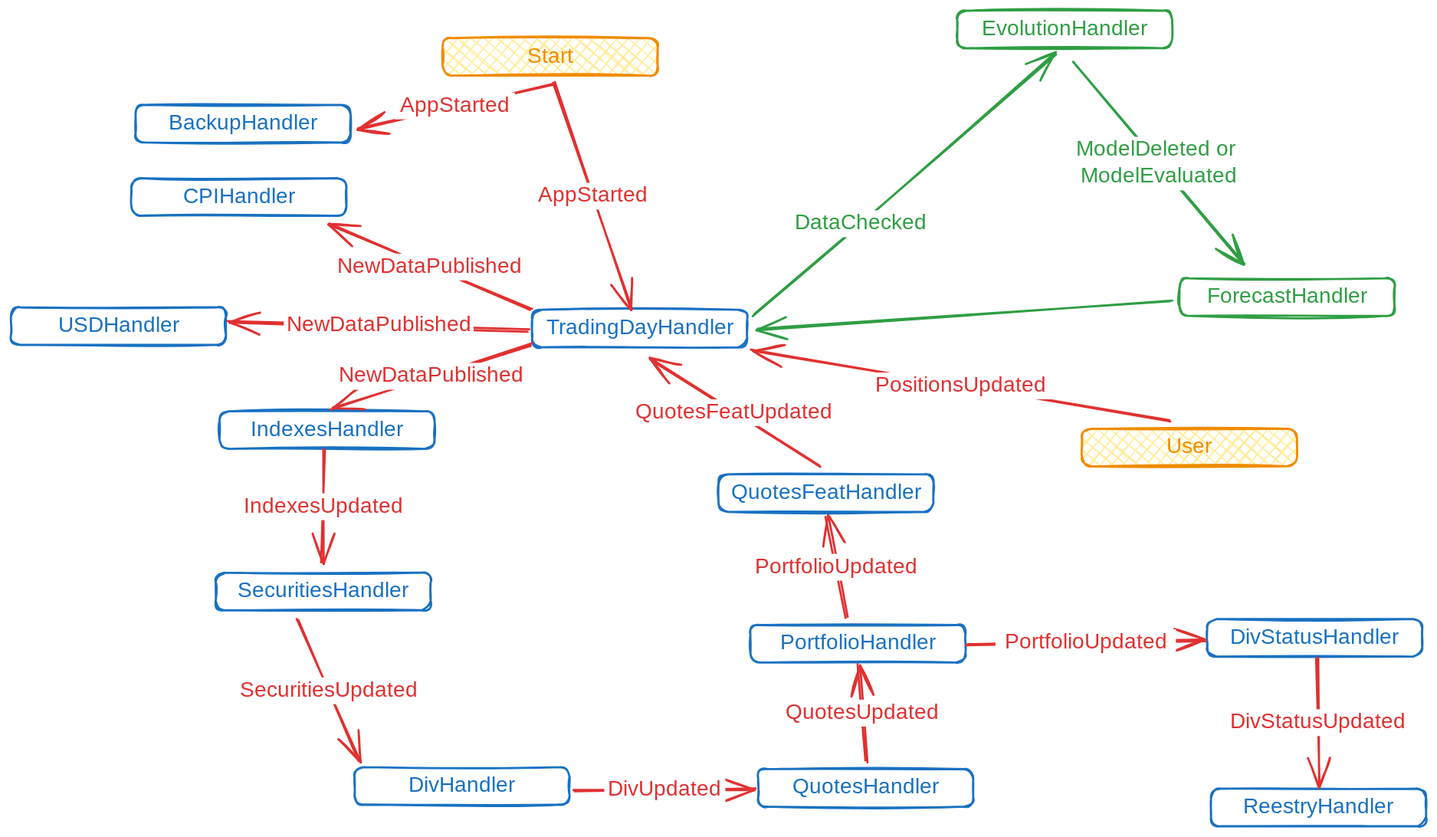
This is docs/.excalidraw.svg from WLM1ke/poptimizer, a Excalidraw export, as it was before one commit. Source tidied: one line per element, renumbered; positions are measured from the earlier drawing's top-left corner, leaving out a move shared by most shapes.
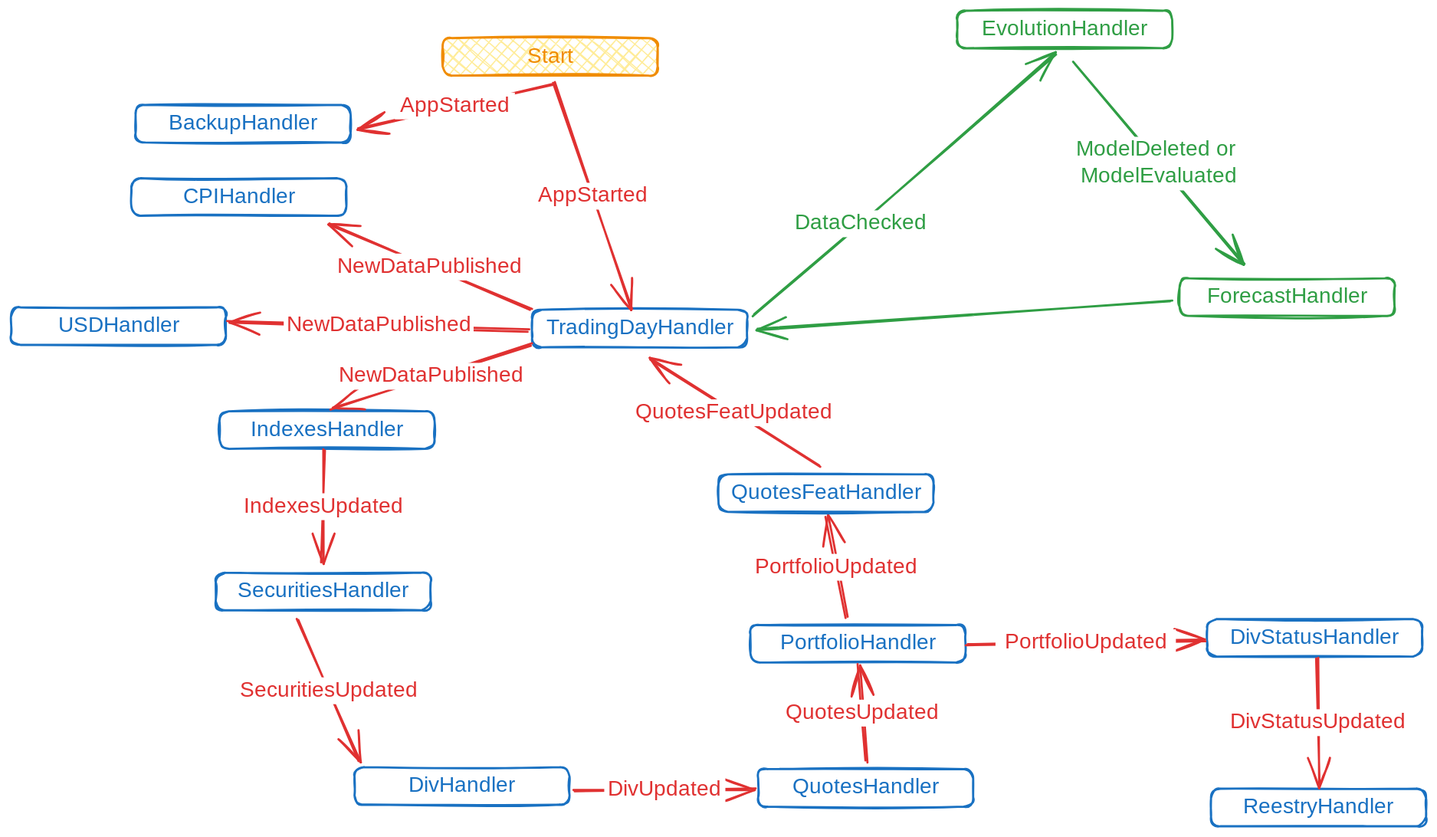
After the commit.

Commit message:
feat: remove PositionsUpdated event

Change to the diagram source:
```diff
@@ -55,10 +55,6 @@
 {"id": 54, "type": "arrow", "strokeColor": "#2f9e44", "strokeWidth": 2, "roughness": 1, "endArrowhead": "arrow", "round": true, "from": 2, "to": 52, "x": 991, "y": 48, "width": 159, "height": 189, "points": [[0, 0], [159, 189]]}
 {"id": 55, "type": "text", "text": "ModelDeleted or \nModelEvaluated", "strokeColor": "#2f9e44", "strokeWidth": 2, "roughness": 1, "fontSize": 20, "fontFamily": 1, "textAlign": "center", "verticalAlign": "middle", "inside": 54, "x": 939, "y": 122, "width": 170, "height": 50}
 {"id": 56, "type": "arrow", "strokeColor": "#2f9e44", "strokeWidth": 2, "roughness": 1, "endArrowhead": "arrow", "round": true, "from": 52, "to": 0, "x": 1081, "y": 270, "width": 385, "height": 26, "points": [[0, 0], [-385, 26]]}
-{"id": 57, "type": "arrow", "strokeColor": "#e03131", "strokeWidth": 2, "roughness": 1, "endArrowhead": "arrow", "round": true, "from": 59, "to": 0, "x": 1080, "y": 383, "width": 389, "height": 67, "points": [[0, 0], [-389, -67]]}
-{"id": 58, "type": "text", "text": "PositionsUpdated", "strokeColor": "#e03131", "strokeWidth": 2, "roughness": 1, "fontSize": 20, "fontFamily": 1, "textAlign": "center", "verticalAlign": "middle", "inside": 57, "x": 801, "y": 337, "width": 169, "height": 25}
-{"id": 59, "type": "rectangle", "strokeColor": "#f08c00", "backgroundColor": "#ffec99", "fillStyle": "cross-hatch", "strokeWidth": 2, "roughness": 1, "round": true, "x": 999, "y": 390, "width": 200, "height": 35}
-{"id": 60, "type": "text", "text": "User", "strokeColor": "#f08c00", "strokeWidth": 2, "roughness": 1, "fontSize": 20, "fontFamily": 1, "textAlign": "center", "verticalAlign": "middle", "inside": 59, "x": 1076, "y": 395, "width": 45, "height": 25}
 {"id": 61, "type": "arrow", "strokeColor": "#e03131", "strokeWidth": 2, "roughness": 1, "endArrowhead": "arrow", "round": true, "from": 63, "to": 0, "x": 754, "y": 425, "width": 159, "height": 101, "points": [[0, 0], [-159, -101]]}
 {"id": 62, "type": "text", "text": "QuotesFeatUpdated", "strokeColor": "#e03131", "strokeWidth": 2, "roughness": 1, "fontSize": 20, "fontFamily": 1, "textAlign": "center", "verticalAlign": "middle", "inside": 61, "x": 575, "y": 362, "width": 199, "height": 25}
 {"id": 63, "type": "rectangle", "strokeColor": "#1971c2", "strokeWidth": 2, "roughness": 1, "round": true, "x": 660, "y": 432, "width": 200, "height": 35}
```
